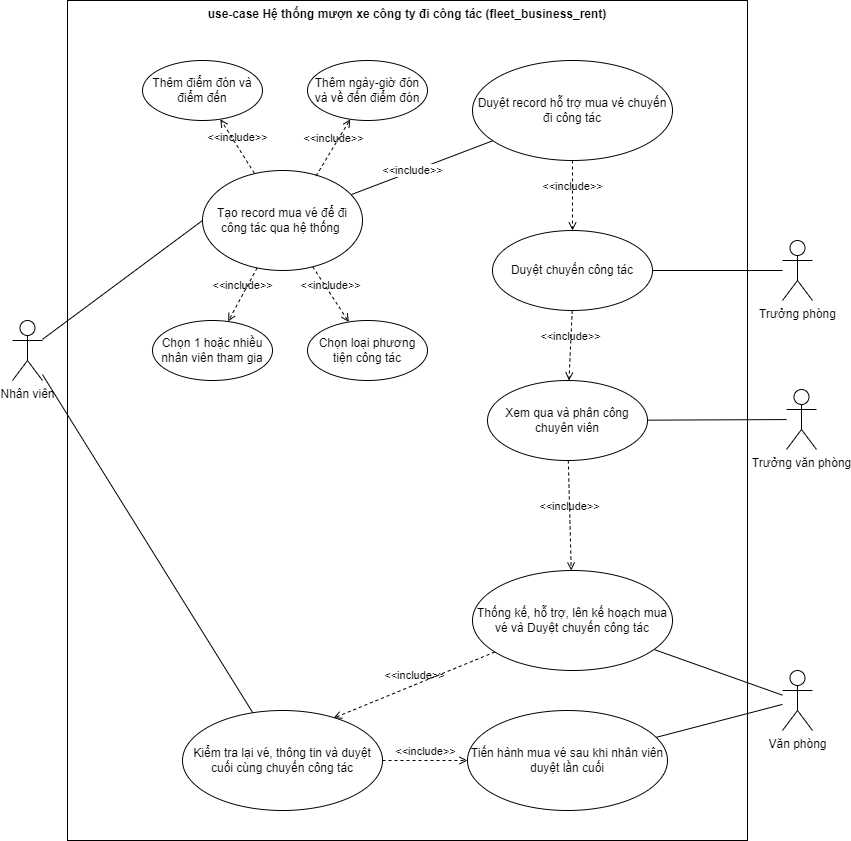
The draw.io diagram uml-diargrams/uml_use-case_fleet_business_rent.png in NgoHuuNghia/odoo15-digitalocean, before a commit. Source tidied: cells renumbered, new cells last; positions are measured from the earlier drawing's top-left corner, leaving out a move shared by most shapes.
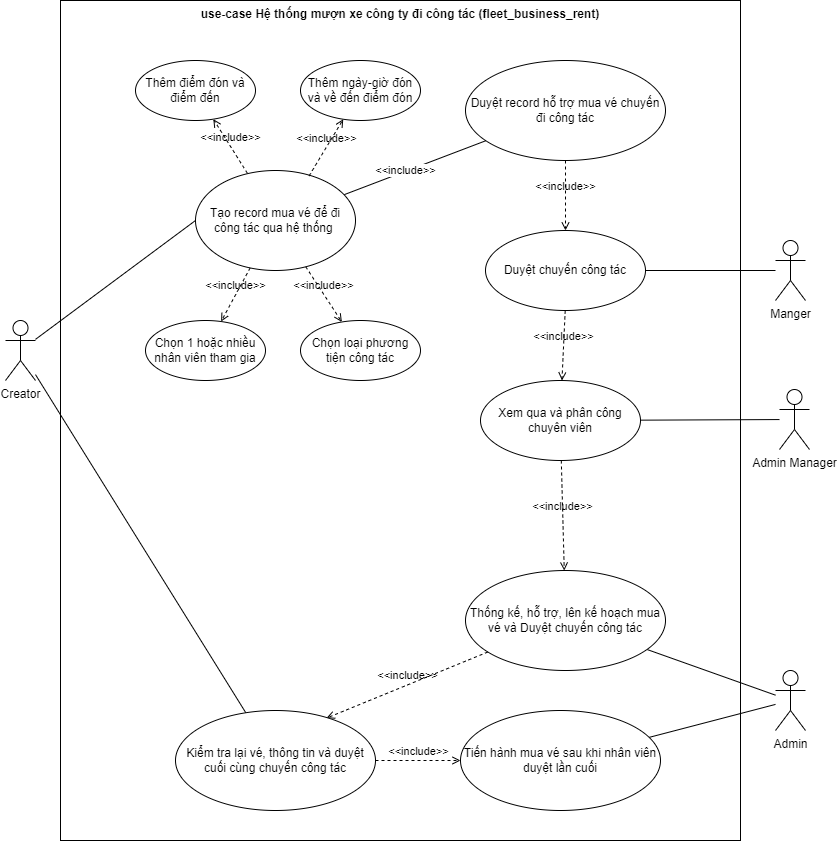
The same diagram one commit later.

What changed in the source:
```diff
@@ -11,7 +11,7 @@
     <mxCell id="4" style="edgeStyle=none;html=1;fontFamily=Helvetica;fontSize=12;fontColor=default;endArrow=none;endFill=0;" parent="1" edge="1" source="5" target="29">
       <mxGeometry relative="1" as="geometry" />
     </mxCell>
-    <mxCell id="5" value="Nhân viên" style="shape=umlActor;html=1;verticalLabelPosition=bottom;verticalAlign=top;align=center;" parent="1" vertex="1">
+    <mxCell id="5" value="Creator" style="shape=umlActor;html=1;verticalLabelPosition=bottom;verticalAlign=top;align=center;" parent="1" vertex="1">
       <mxGeometry y="320" width="30" height="60" as="geometry" />
     </mxCell>
     <mxCell id="6" style="edgeStyle=none;html=1;endArrow=none;endFill=0;" parent="1" edge="1" source="8" target="17">
@@ -55,7 +55,7 @@
     <mxCell id="18" style="edgeStyle=none;html=1;fontFamily=Helvetica;fontSize=12;fontColor=default;endArrow=none;endFill=0;" parent="1" edge="1" source="19" target="20">
       <mxGeometry relative="1" as="geometry" />
     </mxCell>
-    <mxCell id="19" value="Trưởng phòng&lt;br&gt;" style="shape=umlActor;html=1;verticalLabelPosition=bottom;verticalAlign=top;align=center;" parent="1" vertex="1">
+    <mxCell id="19" value="Manger" style="shape=umlActor;html=1;verticalLabelPosition=bottom;verticalAlign=top;align=center;" parent="1" vertex="1">
       <mxGeometry x="770" y="240" width="30" height="60" as="geometry" />
     </mxCell>
     <mxCell id="20" value="Duyệt chuyến công tác" style="ellipse;whiteSpace=wrap;html=1;verticalAlign=middle;" parent="1" vertex="1">
@@ -67,7 +67,7 @@
     <mxCell id="22" style="edgeStyle=none;html=1;fontFamily=Helvetica;fontSize=12;fontColor=default;endArrow=none;endFill=0;" parent="1" edge="1" source="23" target="24">
       <mxGeometry relative="1" as="geometry" />
     </mxCell>
-    <mxCell id="23" value="Văn phòng" style="shape=umlActor;html=1;verticalLabelPosition=bottom;verticalAlign=top;align=center;" parent="1" vertex="1">
+    <mxCell id="23" value="Admin" style="shape=umlActor;html=1;verticalLabelPosition=bottom;verticalAlign=top;align=center;" parent="1" vertex="1">
       <mxGeometry x="770" y="670" width="30" height="60" as="geometry" />
     </mxCell>
     <mxCell id="24" value="Thống kế, hỗ trợ, lên kế hoạch mua vé và Duyệt chuyến công tác" style="ellipse;whiteSpace=wrap;html=1;verticalAlign=middle;" parent="1" vertex="1">
@@ -96,7 +96,7 @@
     <mxCell id="31" style="edgeStyle=none;html=1;endArrow=none;endFill=0;" parent="1" edge="1" source="32" target="33">
       <mxGeometry relative="1" as="geometry" />
     </mxCell>
-    <mxCell id="32" value="Trưởng văn phòng" style="shape=umlActor;html=1;verticalLabelPosition=bottom;verticalAlign=top;align=center;" parent="1" vertex="1">
+    <mxCell id="32" value="Admin Manager" style="shape=umlActor;html=1;verticalLabelPosition=bottom;verticalAlign=top;align=center;" parent="1" vertex="1">
       <mxGeometry x="774" y="389" width="30" height="60" as="geometry" />
     </mxCell>
     <mxCell id="33" value="Xem qua và phân công chuyên viên" style="ellipse;whiteSpace=wrap;html=1;verticalAlign=middle;" parent="1" vertex="1">
```
